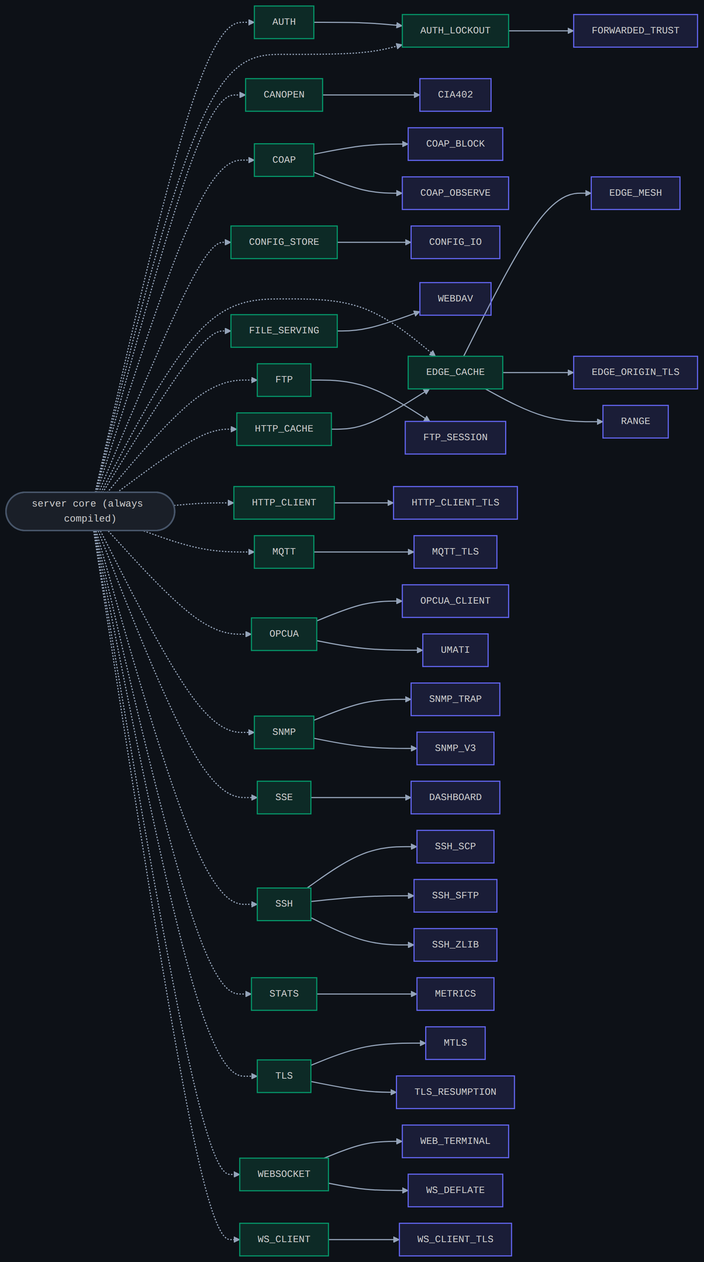
dstroy0/DeterministicESPAsyncWebServer keeps this Mermaid diagram as docs/diagrams/flag_deps.dark.png. Above is the earlier version. Its source is kept beside it as docs/diagrams/flag_deps.mmd.
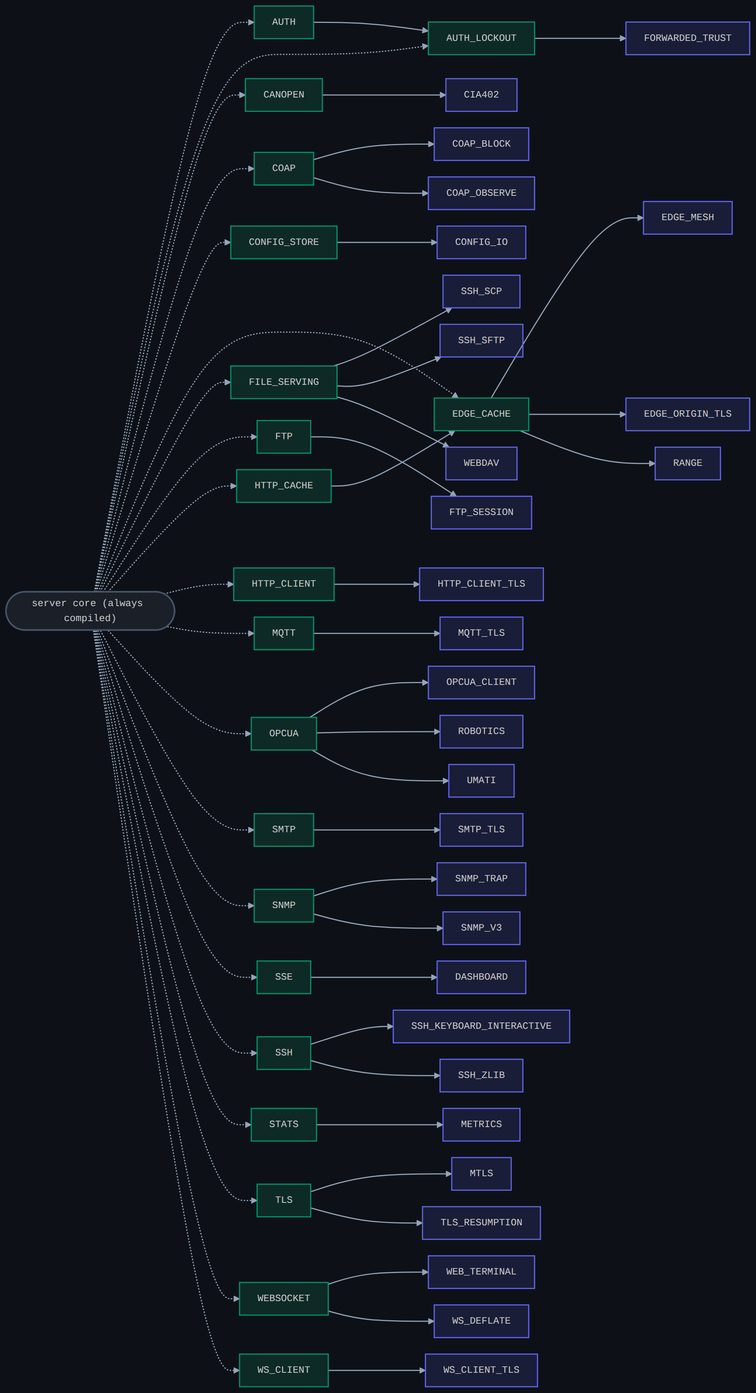
The same diagram one commit later.

The edit, as a diff of the source:
```diff
@@ -37,6 +37,7 @@
   MTLS["MTLS"]
   OPCUA_CLIENT["OPCUA_CLIENT"]
   RANGE["RANGE"]
+  ROBOTICS["ROBOTICS"]
   SMTP_TLS["SMTP_TLS"]
   SNMP_TRAP["SNMP_TRAP"]
   SNMP_V3["SNMP_V3"]
@@ -89,6 +90,7 @@
   HTTP_CLIENT --> HTTP_CLIENT_TLS
   MQTT --> MQTT_TLS
   OPCUA --> OPCUA_CLIENT
+  OPCUA --> ROBOTICS
   OPCUA --> UMATI
   SMTP --> SMTP_TLS
   SNMP --> SNMP_TRAP
@@ -105,7 +107,7 @@
 
   class CORE core;
   class AUTH,AUTH_LOCKOUT,CANOPEN,COAP,CONFIG_STORE,EDGE_CACHE,FILE_SERVING,FTP,HTTP_CACHE,HTTP_CLIENT,MQTT,OPCUA,SMTP,SNMP,SSE,SSH,STATS,TLS,WEBSOCKET,WS_CLIENT parent;
-  class CIA402,COAP_BLOCK,COAP_OBSERVE,CONFIG_IO,DASHBOARD,EDGE_MESH,EDGE_ORIGIN_TLS,FORWARDED_TRUST,FTP_SESSION,HTTP_CLIENT_TLS,METRICS,MQTT_TLS,MTLS,OPCUA_CLIENT,RANGE,SMTP_TLS,SNMP_TRAP,SNMP_V3,SSH_KEYBOARD_INTERACTIVE,SSH_SCP,SSH_SFTP,SSH_ZLIB,TLS_RESUMPTION,UMATI,WEBDAV,WEB_TERMINAL,WS_CLIENT_TLS,WS_DEFLATE child;
+  class CIA402,COAP_BLOCK,COAP_OBSERVE,CONFIG_IO,DASHBOARD,EDGE_MESH,EDGE_ORIGIN_TLS,FORWARDED_TRUST,FTP_SESSION,HTTP_CLIENT_TLS,METRICS,MQTT_TLS,MTLS,OPCUA_CLIENT,RANGE,ROBOTICS,SMTP_TLS,SNMP_TRAP,SNMP_V3,SSH_KEYBOARD_INTERACTIVE,SSH_SCP,SSH_SFTP,SSH_ZLIB,TLS_RESUMPTION,UMATI,WEBDAV,WEB_TERMINAL,WS_CLIENT_TLS,WS_DEFLATE child;
   classDef core fill:#64748b26,stroke:#475569,stroke-width:2px;
   classDef parent fill:#10b98126,stroke:#059669,stroke-width:1.5px;
   classDef child fill:#6366f126,stroke:#6366f1,stroke-width:1.5px;
```
